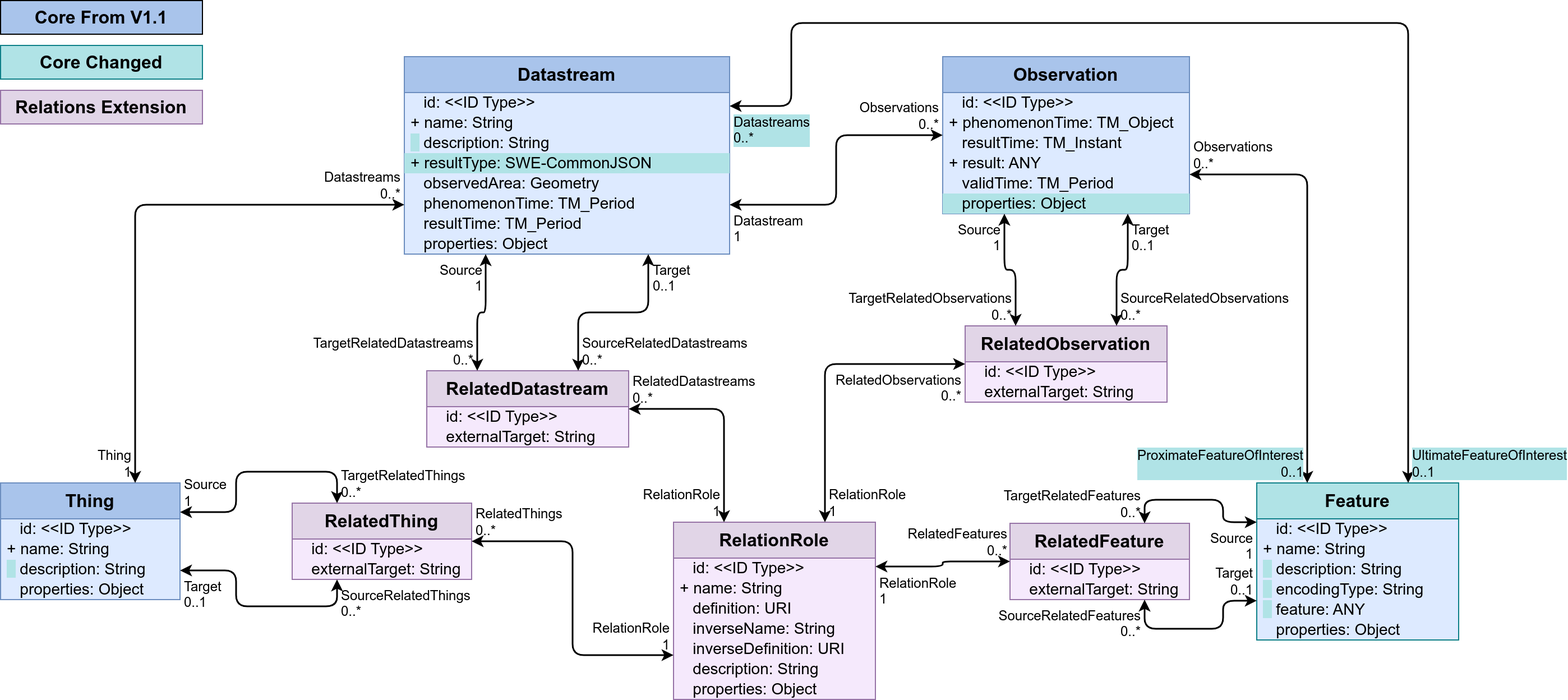
Before: figures/Datamodel-SensorThingsApi-V2-proposal-1-Relations.drawio.png, a diagram exported from draw.io (opengeospatial/sensorthings). Source tidied: cells renumbered, new cells last; positions are measured from the earlier drawing's top-left corner, leaving out a move shared by most shapes.
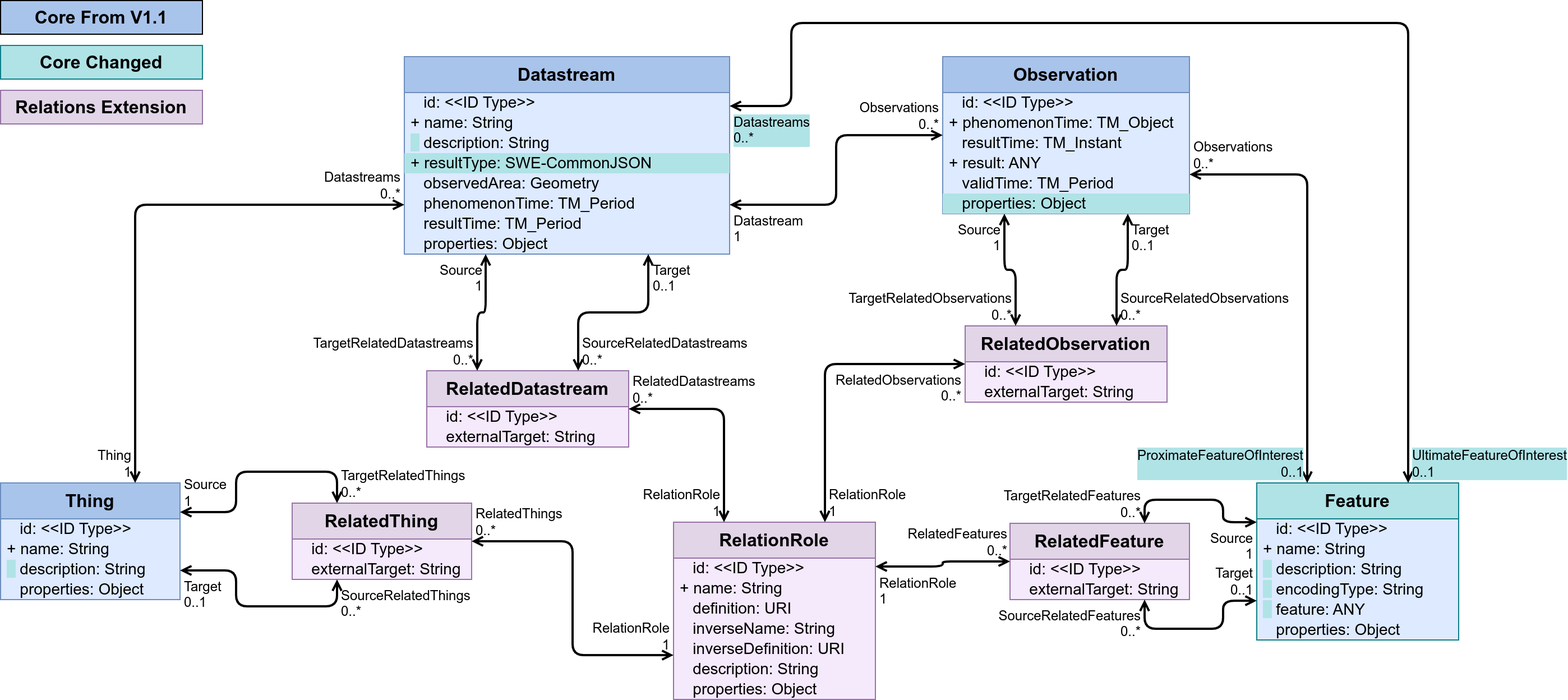
After the change.

Change to the diagram source:
```diff
@@ -50,7 +50,7 @@
     <mxCell id="17" value="&amp;nbsp;&amp;nbsp;&amp;nbsp;properties: Object" style="text;strokeColor=none;fillColor=none;align=left;verticalAlign=middle;spacingLeft=4;spacingRight=4;overflow=visible;html=1;fontSize=14;" parent="11" vertex="1">
       <mxGeometry y="122" width="180" height="18" as="geometry" />
     </mxCell>
-    <mxCell id="18" style="endArrow=classic;startArrow=classic;html=1;rounded=1;exitX=0.75;exitY=0;exitDx=0;exitDy=0;edgeStyle=orthogonalEdgeStyle;entryX=1;entryY=0.25;entryDx=0;entryDy=0;curved=0;strokeWidth=1.5;" parent="1" edge="1" source="11" target="2">
+    <mxCell id="18" style="endArrow=open;startArrow=open;html=1;rounded=1;exitX=0.75;exitY=0;exitDx=0;exitDy=0;edgeStyle=orthogonalEdgeStyle;entryX=1;entryY=0.25;entryDx=0;entryDy=0;curved=0;strokeWidth=2;startFill=0;endFill=0;" parent="1" edge="1" source="11" target="2">
       <mxGeometry relative="1" as="geometry">
         <Array as="points">
           <mxPoint x="1255" y="20" />
@@ -86,7 +86,7 @@
     <mxCell id="27" value="&amp;nbsp;&amp;nbsp;&amp;nbsp;properties: Object" style="text;strokeColor=none;fillColor=#b0e3e6;align=left;verticalAlign=middle;spacingLeft=4;spacingRight=4;overflow=visible;html=1;fontSize=14;" parent="21" vertex="1">
       <mxGeometry y="122" width="220" height="18" as="geometry" />
     </mxCell>
-    <mxCell id="28" style="endArrow=classic;startArrow=classic;html=1;rounded=1;exitX=0;exitY=0.5;exitDx=0;exitDy=0;entryX=1;entryY=0.75;entryDx=0;entryDy=0;edgeStyle=orthogonalEdgeStyle;strokeWidth=1.5;curved=0;" parent="1" edge="1" source="21" target="2">
+    <mxCell id="28" style="endArrow=open;startArrow=open;html=1;rounded=1;exitX=0;exitY=0.5;exitDx=0;exitDy=0;entryX=1;entryY=0.75;entryDx=0;entryDy=0;edgeStyle=orthogonalEdgeStyle;strokeWidth=2;curved=0;startFill=0;endFill=0;" parent="1" edge="1" source="21" target="2">
       <mxGeometry relative="1" as="geometry" />
     </mxCell>
     <mxCell id="29" value="Observations&lt;br&gt;0..*" style="edgeLabel;html=1;align=right;verticalAlign=bottom;labelBackgroundColor=none;fontSize=12;spacingLeft=1;spacing=3;spacingRight=2;" parent="28" vertex="1">
@@ -95,7 +95,7 @@
     <mxCell id="30" value="Datastream&lt;br&gt;1" style="edgeLabel;html=1;align=left;verticalAlign=top;labelBackgroundColor=none;fontSize=12;spacingLeft=1;spacing=3;spacingRight=2;" parent="28" vertex="1">
       <mxGeometry x="1" relative="1" as="geometry" />
     </mxCell>
-    <mxCell id="31" style="endArrow=classic;startArrow=classic;html=1;rounded=1;exitX=1;exitY=0.75;exitDx=0;exitDy=0;edgeStyle=orthogonalEdgeStyle;entryX=0.25;entryY=0;entryDx=0;entryDy=0;curved=0;strokeWidth=1.5;" parent="1" edge="1" source="21" target="11">
+    <mxCell id="31" style="endArrow=open;startArrow=open;html=1;rounded=1;exitX=1;exitY=0.75;exitDx=0;exitDy=0;edgeStyle=orthogonalEdgeStyle;entryX=0.25;entryY=0;entryDx=0;entryDy=0;curved=0;strokeWidth=2;startFill=0;endFill=0;" parent="1" edge="1" source="21" target="11">
       <mxGeometry relative="1" as="geometry" />
     </mxCell>
     <mxCell id="32" value="Observations&lt;br&gt;0..*" style="edgeLabel;html=1;align=left;verticalAlign=bottom;labelBackgroundColor=none;fontSize=12;spacingLeft=1;spacing=3;spacingRight=2;" parent="31" vertex="1">
@@ -113,7 +113,7 @@
     <mxCell id="36" value="&amp;nbsp;&amp;nbsp;&amp;nbsp;externalTarget: String" style="text;strokeColor=none;fillColor=none;align=left;verticalAlign=middle;spacingLeft=4;spacingRight=4;overflow=visible;html=1;fontSize=14;" parent="34" vertex="1">
       <mxGeometry y="50" width="180" height="18" as="geometry" />
     </mxCell>
-    <mxCell id="37" style="endArrow=classic;startArrow=classic;html=1;rounded=1;exitX=0.25;exitY=0;exitDx=0;exitDy=0;entryX=0.25;entryY=1;entryDx=0;entryDy=0;edgeStyle=orthogonalEdgeStyle;strokeWidth=1.5;curved=0;" parent="1" edge="1" source="34" target="2">
+    <mxCell id="37" style="endArrow=open;startArrow=open;html=1;rounded=1;exitX=0.25;exitY=0;exitDx=0;exitDy=0;entryX=0.25;entryY=1;entryDx=0;entryDy=0;edgeStyle=orthogonalEdgeStyle;strokeWidth=2;curved=0;startFill=0;endFill=0;" parent="1" edge="1" source="34" target="2">
       <mxGeometry relative="1" as="geometry" />
     </mxCell>
     <mxCell id="38" value="TargetRelatedDatastreams&lt;br&gt;0..*" style="edgeLabel;html=1;align=right;verticalAlign=bottom;labelBackgroundColor=none;fontSize=12;spacingLeft=1;spacing=3;spacingRight=2;" parent="37" vertex="1">
@@ -122,7 +122,7 @@
     <mxCell id="39" value="Source&lt;br&gt;1" style="edgeLabel;html=1;align=right;verticalAlign=top;labelBackgroundColor=none;fontSize=12;spacingLeft=1;spacing=3;spacingRight=2;" parent="37" vertex="1">
       <mxGeometry x="1" relative="1" as="geometry" />
     </mxCell>
-    <mxCell id="40" style="endArrow=classic;startArrow=classic;html=1;rounded=1;entryX=0.75;entryY=1;entryDx=0;entryDy=0;exitX=0.75;exitY=0;exitDx=0;exitDy=0;edgeStyle=orthogonalEdgeStyle;strokeWidth=1.5;curved=0;" parent="1" edge="1" source="34" target="2">
+    <mxCell id="40" style="endArrow=open;startArrow=open;html=1;rounded=1;entryX=0.75;entryY=1;entryDx=0;entryDy=0;exitX=0.75;exitY=0;exitDx=0;exitDy=0;edgeStyle=orthogonalEdgeStyle;strokeWidth=2;curved=0;startFill=0;endFill=0;" parent="1" edge="1" source="34" target="2">
       <mxGeometry relative="1" as="geometry" />
     </mxCell>
     <mxCell id="41" value="SourceRelatedDatastreams&lt;br&gt;0..*" style="edgeLabel;html=1;align=left;verticalAlign=bottom;labelBackgroundColor=none;fontSize=12;spacingLeft=1;spacing=3;spacingRight=2;" parent="40" vertex="1">
@@ -140,7 +140,7 @@
     <mxCell id="45" value="&amp;nbsp;&amp;nbsp;&amp;nbsp;externalTarget: String" style="text;strokeColor=none;fillColor=none;align=left;verticalAlign=middle;spacingLeft=4;spacingRight=4;overflow=visible;html=1;fontSize=14;" parent="43" vertex="1">
       <mxGeometry y="50" width="160" height="18" as="geometry" />
     </mxCell>
-    <mxCell id="46" style="endArrow=classic;startArrow=classic;html=1;rounded=1;entryX=0;entryY=0.25;entryDx=0;entryDy=0;exitX=0.75;exitY=0;exitDx=0;exitDy=0;edgeStyle=orthogonalEdgeStyle;strokeWidth=1.5;curved=0;" parent="1" edge="1" source="43" target="11">
+    <mxCell id="46" style="endArrow=open;startArrow=open;html=1;rounded=1;entryX=0;entryY=0.25;entryDx=0;entryDy=0;exitX=0.75;exitY=0;exitDx=0;exitDy=0;edgeStyle=orthogonalEdgeStyle;strokeWidth=2;curved=0;startFill=0;endFill=0;" parent="1" edge="1" source="43" target="11">
       <mxGeometry relative="1" as="geometry">
         <Array as="points">
           <mxPoint x="1020" y="445" />
@@ -155,7 +155,7 @@
     <mxCell id="48" value="Source&lt;br&gt;1" style="edgeLabel;html=1;align=right;verticalAlign=top;labelBackgroundColor=none;fontSize=12;spacingLeft=1;spacing=3;spacingRight=2;" parent="46" vertex="1">
       <mxGeometry x="1" relative="1" as="geometry" />
     </mxCell>
-    <mxCell id="49" style="endArrow=classic;startArrow=classic;html=1;rounded=1;edgeStyle=orthogonalEdgeStyle;entryX=0;entryY=0.75;entryDx=0;entryDy=0;exitX=0.75;exitY=1;exitDx=0;exitDy=0;strokeWidth=1.5;curved=0;" parent="1" edge="1" source="43" target="11">
+    <mxCell id="49" style="endArrow=open;startArrow=open;html=1;rounded=1;edgeStyle=orthogonalEdgeStyle;entryX=0;entryY=0.75;entryDx=0;entryDy=0;exitX=0.75;exitY=1;exitDx=0;exitDy=0;strokeWidth=2;curved=0;startFill=0;endFill=0;" parent="1" edge="1" source="43" target="11">
       <mxGeometry relative="1" as="geometry">
         <Array as="points">
           <mxPoint x="1020" y="560" />
@@ -179,7 +179,7 @@
     <mxCell id="54" value="&amp;nbsp;&amp;nbsp;&amp;nbsp;externalTarget: String" style="text;strokeColor=none;fillColor=none;align=left;verticalAlign=middle;spacingLeft=4;spacingRight=4;overflow=visible;html=1;fontSize=14;" parent="52" vertex="1">
       <mxGeometry y="50" width="180" height="18" as="geometry" />
     </mxCell>
-    <mxCell id="55" style="endArrow=classic;startArrow=classic;html=1;rounded=1;entryX=0.25;entryY=1;entryDx=0;entryDy=0;edgeStyle=orthogonalEdgeStyle;exitX=0.25;exitY=0;exitDx=0;exitDy=0;strokeWidth=1.5;curved=0;" parent="1" edge="1" source="52" target="21">
+    <mxCell id="55" style="endArrow=open;startArrow=open;html=1;rounded=1;entryX=0.25;entryY=1;entryDx=0;entryDy=0;edgeStyle=orthogonalEdgeStyle;exitX=0.25;exitY=0;exitDx=0;exitDy=0;strokeWidth=2;curved=0;startFill=0;endFill=0;" parent="1" edge="1" source="52" target="21">
       <mxGeometry relative="1" as="geometry" />
     </mxCell>
     <mxCell id="56" value="TargetRelatedObservations&lt;br&gt;0..*" style="edgeLabel;html=1;align=right;verticalAlign=bottom;labelBackgroundColor=none;fontSize=12;spacingLeft=1;spacing=3;spacingRight=2;" parent="55" vertex="1">
@@ -188,7 +188,7 @@
     <mxCell id="57" value="Source&lt;br&gt;1" style="edgeLabel;html=1;align=right;verticalAlign=top;labelBackgroundColor=none;fontSize=12;spacingLeft=1;spacing=3;spacingRight=2;" parent="55" vertex="1">
       <mxGeometry x="1" relative="1" as="geometry" />
     </mxCell>
-    <mxCell id="58" style="endArrow=classic;startArrow=classic;html=1;rounded=1;entryX=0.75;entryY=1;entryDx=0;entryDy=0;edgeStyle=orthogonalEdgeStyle;exitX=0.75;exitY=0;exitDx=0;exitDy=0;strokeWidth=1.5;curved=0;" parent="1" edge="1" source="52" target="21">
+    <mxCell id="58" style="endArrow=open;startArrow=open;html=1;rounded=1;entryX=0.75;entryY=1;entryDx=0;entryDy=0;edgeStyle=orthogonalEdgeStyle;exitX=0.75;exitY=0;exitDx=0;exitDy=0;strokeWidth=2;curved=0;startFill=0;endFill=0;" parent="1" edge="1" source="52" target="21">
       <mxGeometry relative="1" as="geometry" />
     </mxCell>
     <mxCell id="59" value="SourceRelatedObservations&lt;br&gt;0..*" style="edgeLabel;html=1;align=left;verticalAlign=bottom;labelBackgroundColor=none;fontSize=12;spacingLeft=1;spacing=3;spacingRight=2;" parent="58" vertex="1">
@@ -230,7 +230,7 @@
     <mxCell id="71" value="&amp;nbsp;&amp;nbsp;&amp;nbsp;properties: Object" style="text;strokeColor=none;fillColor=none;align=left;verticalAlign=middle;spacingLeft=4;spacingRight=4;overflow=visible;html=1;fontSize=14;" parent="64" vertex="1">
       <mxGeometry y="140" width="180" height="18" as="geometry" />
     </mxCell>
-    <mxCell id="72" style="endArrow=classic;startArrow=classic;html=1;rounded=1;exitX=0.25;exitY=0;exitDx=0;exitDy=0;entryX=1;entryY=0.5;entryDx=0;entryDy=0;edgeStyle=orthogonalEdgeStyle;strokeWidth=1.5;curved=0;" parent="1" edge="1" source="64" target="34">
+    <mxCell id="72" style="endArrow=open;startArrow=open;html=1;rounded=1;exitX=0.25;exitY=0;exitDx=0;exitDy=0;entryX=1;entryY=0.5;entryDx=0;entryDy=0;edgeStyle=orthogonalEdgeStyle;strokeWidth=2;curved=0;startFill=0;endFill=0;" parent="1" edge="1" source="64" target="34">
       <mxGeometry relative="1" as="geometry" />
     </mxCell>
     <mxCell id="73" value="RelationRole&lt;br&gt;1" style="edgeLabel;html=1;align=right;verticalAlign=bottom;labelBackgroundColor=none;fontSize=12;spacingLeft=1;spacing=3;spacingRight=2;" parent="72" vertex="1">
@@ -239,7 +239,7 @@
     <mxCell id="74" value="RelatedDatastreams&lt;br&gt;0..*" style="edgeLabel;html=1;align=left;verticalAlign=bottom;labelBackgroundColor=none;fontSize=12;spacingLeft=1;spacing=3;spacingRight=2;" parent="72" vertex="1">
       <mxGeometry x="1" relative="1" as="geometry" />
     </mxCell>
-    <mxCell id="75" style="endArrow=classic;startArrow=classic;html=1;rounded=1;entryX=0;entryY=0.5;entryDx=0;entryDy=0;exitX=1;exitY=0.25;exitDx=0;exitDy=0;edgeStyle=orthogonalEdgeStyle;strokeWidth=1.5;curved=0;" parent="1" edge="1" source="64" target="43">
+    <mxCell id="75" style="endArrow=open;startArrow=open;html=1;rounded=1;entryX=0;entryY=0.5;entryDx=0;entryDy=0;exitX=1;exitY=0.25;exitDx=0;exitDy=0;edgeStyle=orthogonalEdgeStyle;strokeWidth=2;curved=0;startFill=0;endFill=0;" parent="1" edge="1" source="64" target="43">
       <mxGeometry relative="1" as="geometry" />
     </mxCell>
     <mxCell id="76" value="RelationRole&lt;br&gt;1" style="edgeLabel;html=1;align=left;verticalAlign=top;labelBackgroundColor=none;fontSize=12;spacingLeft=1;spacing=3;spacingRight=2;" parent="75" vertex="1">
@@ -248,7 +248,7 @@
     <mxCell id="77" value="RelatedFeatures&lt;br&gt;0..*" style="edgeLabel;html=1;align=right;verticalAlign=bottom;labelBackgroundColor=none;fontSize=12;spacingLeft=1;spacing=3;spacingRight=2;" parent="75" vertex="1">
       <mxGeometry x="1" relative="1" as="geometry" />
     </mxCell>
-    <mxCell id="78" style="endArrow=classic;startArrow=classic;html=1;rounded=1;entryX=0;entryY=0.5;entryDx=0;entryDy=0;edgeStyle=orthogonalEdgeStyle;exitX=0.75;exitY=0;exitDx=0;exitDy=0;strokeWidth=1.5;curved=0;" parent="1" edge="1" source="64" target="52">
+    <mxCell id="78" style="endArrow=open;startArrow=open;html=1;rounded=1;entryX=0;entryY=0.5;entryDx=0;entryDy=0;edgeStyle=orthogonalEdgeStyle;exitX=0.75;exitY=0;exitDx=0;exitDy=0;strokeWidth=2;curved=0;startFill=0;endFill=0;" parent="1" edge="1" source="64" target="52">
       <mxGeometry relative="1" as="geometry" />
     </mxCell>
     <mxCell id="79" value="RelationRole&lt;br&gt;1" style="edgeLabel;html=1;align=left;verticalAlign=bottom;labelBackgroundColor=none;fontSize=12;spacingLeft=1;spacing=3;spacingRight=2;" parent="78" vertex="1">
@@ -257,7 +257,7 @@
     <mxCell id="80" value="RelatedObservations&lt;br&gt;0..*" style="edgeLabel;html=1;align=right;verticalAlign=top;labelBackgroundColor=none;fontSize=12;spacingLeft=1;spacing=3;spacingRight=2;" parent="78" vertex="1">
       <mxGeometry x="1" relative="1" as="geometry" />
     </mxCell>
-    <mxCell id="81" style="endArrow=classic;startArrow=classic;html=1;rounded=1;exitX=0;exitY=0.75;exitDx=0;exitDy=0;entryX=1;entryY=0.5;entryDx=0;entryDy=0;edgeStyle=orthogonalEdgeStyle;strokeWidth=1.5;curved=0;" parent="1" edge="1" source="64" target="61">
+    <mxCell id="81" style="endArrow=open;startArrow=open;html=1;rounded=1;exitX=0;exitY=0.75;exitDx=0;exitDy=0;entryX=1;entryY=0.5;entryDx=0;entryDy=0;edgeStyle=orthogonalEdgeStyle;strokeWidth=2;curved=0;startFill=0;endFill=0;" parent="1" edge="1" source="64" target="61">
       <mxGeometry relative="1" as="geometry" />
     </mxCell>
     <mxCell id="82" value="RelationRole&lt;br&gt;1" style="edgeLabel;html=1;align=right;verticalAlign=bottom;labelBackgroundColor=none;fontSize=12;spacingLeft=1;spacing=3;spacingRight=2;" parent="81" vertex="1">
@@ -281,7 +281,7 @@
     <mxCell id="88" value="&amp;nbsp;&amp;nbsp;&amp;nbsp;properties: Object" style="text;strokeColor=none;fillColor=none;align=left;verticalAlign=middle;spacingLeft=4;spacingRight=4;overflow=visible;html=1;fontSize=14;" parent="84" vertex="1">
       <mxGeometry y="86" width="160" height="18" as="geometry" />
     </mxCell>
-    <mxCell id="89" style="endArrow=classic;startArrow=classic;html=1;rounded=1;entryX=0.25;entryY=1;entryDx=0;entryDy=0;edgeStyle=orthogonalEdgeStyle;exitX=1;exitY=0.75;exitDx=0;exitDy=0;strokeWidth=1.5;curved=0;" parent="1" edge="1" source="84" target="61">
+    <mxCell id="89" style="endArrow=open;startArrow=open;html=1;rounded=1;entryX=0.25;entryY=1;entryDx=0;entryDy=0;edgeStyle=orthogonalEdgeStyle;exitX=1;exitY=0.75;exitDx=0;exitDy=0;strokeWidth=2;curved=0;startFill=0;endFill=0;" parent="1" edge="1" source="84" target="61">
       <mxGeometry relative="1" as="geometry">
         <Array as="points">
           <mxPoint x="210" y="508" />
@@ -296,7 +296,7 @@
     <mxCell id="91" value="SourceRelatedThings&lt;br&gt;0..*" style="edgeLabel;html=1;align=left;verticalAlign=top;labelBackgroundColor=none;fontSize=12;spacingLeft=1;spacing=3;spacingRight=2;" parent="89" vertex="1">
       <mxGeometry x="1" relative="1" as="geometry" />
     </mxCell>
-    <mxCell id="92" style="endArrow=classic;startArrow=classic;html=1;rounded=1;exitX=1;exitY=0.25;exitDx=0;exitDy=0;entryX=0.25;entryY=0;entryDx=0;entryDy=0;edgeStyle=orthogonalEdgeStyle;strokeWidth=1.5;curved=0;" parent="1" edge="1" source="84" target="61">
+    <mxCell id="92" style="endArrow=open;startArrow=open;html=1;rounded=1;exitX=1;exitY=0.25;exitDx=0;exitDy=0;entryX=0.25;entryY=0;entryDx=0;entryDy=0;edgeStyle=orthogonalEdgeStyle;strokeWidth=2;curved=0;startFill=0;endFill=0;" parent="1" edge="1" source="84" target="61">
       <mxGeometry relative="1" as="geometry" />
     </mxCell>
     <mxCell id="93" value="Source&lt;br&gt;1" style="edgeLabel;html=1;align=left;verticalAlign=bottom;labelBackgroundColor=none;fontSize=12;spacingLeft=1;spacing=3;spacingRight=2;" parent="92" vertex="1">
@@ -305,7 +305,7 @@
     <mxCell id="94" value="TargetRelatedThings&lt;br&gt;0..*" style="edgeLabel;html=1;align=left;verticalAlign=bottom;labelBackgroundColor=none;fontSize=12;spacingLeft=1;spacing=3;spacingRight=2;" parent="92" vertex="1">
       <mxGeometry x="1" relative="1" as="geometry" />
     </mxCell>
-    <mxCell id="95" style="endArrow=classic;startArrow=classic;html=1;rounded=1;edgeStyle=orthogonalEdgeStyle;entryX=0;entryY=0.75;entryDx=0;entryDy=0;exitX=0.75;exitY=0;exitDx=0;exitDy=0;curved=0;strokeWidth=1.5;" parent="1" edge="1" source="84" target="2">
+    <mxCell id="95" style="endArrow=open;startArrow=open;html=1;rounded=1;edgeStyle=orthogonalEdgeStyle;entryX=0;entryY=0.75;entryDx=0;entryDy=0;exitX=0.75;exitY=0;exitDx=0;exitDy=0;curved=0;strokeWidth=2;startFill=0;endFill=0;" parent="1" edge="1" source="84" target="2">
       <mxGeometry relative="1" as="geometry" />
     </mxCell>
     <mxCell id="96" value="Thing&lt;br&gt;1" style="edgeLabel;html=1;align=right;verticalAlign=bottom;labelBackgroundColor=none;fontSize=12;spacingLeft=1;spacing=3;spacingRight=2;" parent="95" vertex="1">
```
